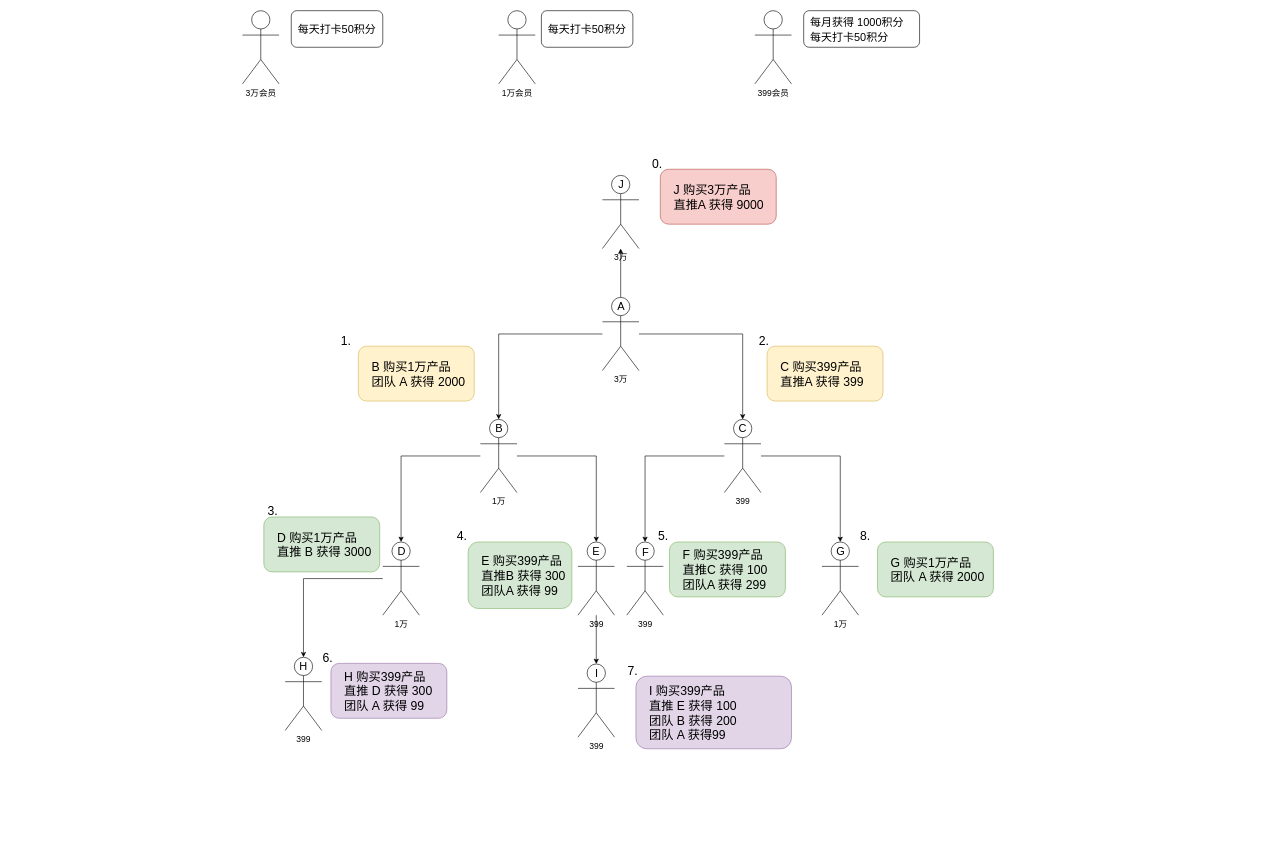
Above: 大枣哥.drawio in Cathzql/drawio (draw.io), before the change. Source tidied: cells renumbered, new cells numbered last; positions are measured from the earlier drawing's top-left corner, leaving out a move shared by most shapes. Both pictures are drawn from the tidied source at 61%, with x=0, y=0 at pixel (242, 10).
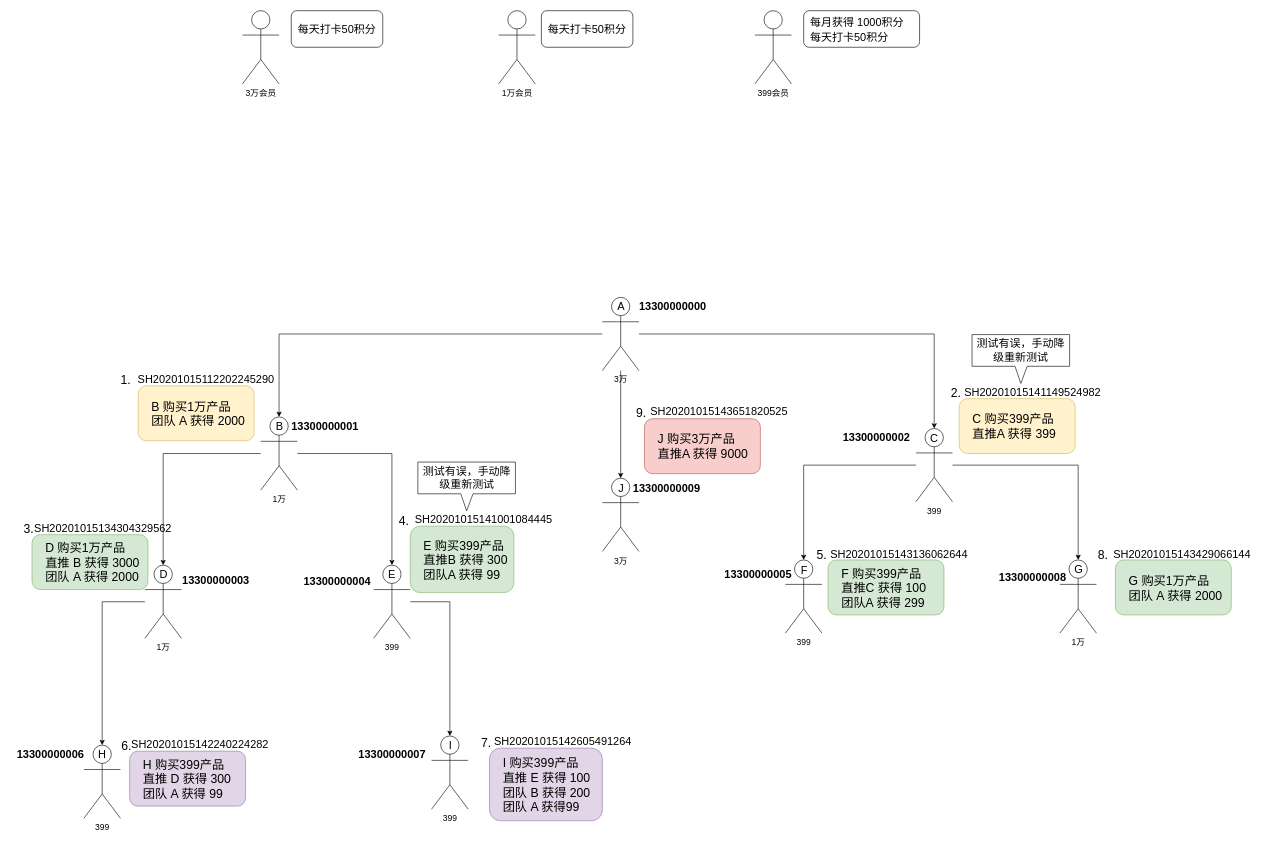
The same page after the edit.

Commit message (it also covers changes not shown here):
更新大枣哥.drawio

Diff of the diagram source:
```diff
@@
     <mxCell id="11" value="&lt;font face=&quot;calibri, sans-serif&quot;&gt;&lt;span style=&quot;font-size: 14px&quot;&gt;1万&lt;/span&gt;&lt;/font&gt;" style="shape=umlActor;verticalLabelPosition=bottom;verticalAlign=top;html=1;outlineConnect=0;" parent="1" vertex="1">
-      <mxGeometry x="390" y="670" width="60" height="120" as="geometry" />
+      <mxGeometry x="30" y="666" width="60" height="120" as="geometry" />
     </mxCell>
@@
     <mxCell id="14" value="&lt;font face=&quot;calibri, sans-serif&quot;&gt;&lt;span style=&quot;font-size: 14px&quot;&gt;399&lt;/span&gt;&lt;/font&gt;" style="shape=umlActor;verticalLabelPosition=bottom;verticalAlign=top;html=1;outlineConnect=0;" parent="1" vertex="1">
-      <mxGeometry x="790" y="670" width="60" height="120" as="geometry" />
+      <mxGeometry x="1104" y="685" width="60" height="120" as="geometry" />
     </mxCell>
@@
     <mxCell id="16" value="&lt;font face=&quot;calibri, sans-serif&quot;&gt;&lt;span style=&quot;font-size: 14px&quot;&gt;1万&lt;/span&gt;&lt;/font&gt;" style="shape=umlActor;verticalLabelPosition=bottom;verticalAlign=top;html=1;outlineConnect=0;" parent="1" vertex="1">
-      <mxGeometry x="230" y="871" width="60" height="120" as="geometry" />
+      <mxGeometry x="-160" y="909" width="60" height="120" as="geometry" />
     </mxCell>
@@
     <mxCell id="18" value="&lt;font face=&quot;calibri, sans-serif&quot;&gt;&lt;span style=&quot;font-size: 14px&quot;&gt;399&lt;/span&gt;&lt;/font&gt;" style="shape=umlActor;verticalLabelPosition=bottom;verticalAlign=top;html=1;outlineConnect=0;" parent="1" vertex="1">
-      <mxGeometry x="550" y="871" width="60" height="120" as="geometry" />
+      <mxGeometry x="215" y="909" width="60" height="120" as="geometry" />
     </mxCell>
     <mxCell id="19" value="&lt;font face=&quot;calibri, sans-serif&quot;&gt;&lt;span style=&quot;font-size: 14px&quot;&gt;399&lt;/span&gt;&lt;/font&gt;" style="shape=umlActor;verticalLabelPosition=bottom;verticalAlign=top;html=1;outlineConnect=0;" parent="1" vertex="1">
-      <mxGeometry x="630" y="871" width="60" height="120" as="geometry" />
+      <mxGeometry x="890" y="900.5" width="60" height="120" as="geometry" />
     </mxCell>
     <mxCell id="20" value="&lt;font face=&quot;calibri, sans-serif&quot;&gt;&lt;span style=&quot;font-size: 14px&quot;&gt;1万&lt;/span&gt;&lt;/font&gt;" style="shape=umlActor;verticalLabelPosition=bottom;verticalAlign=top;html=1;outlineConnect=0;" parent="1" vertex="1">
-      <mxGeometry x="950" y="871" width="60" height="120" as="geometry" />
+      <mxGeometry x="1340" y="900.5" width="60" height="120" as="geometry" />
     </mxCell>
     <mxCell id="21" value="&lt;font face=&quot;calibri, sans-serif&quot;&gt;&lt;span style=&quot;font-size: 14px&quot;&gt;399&lt;/span&gt;&lt;/font&gt;" style="shape=umlActor;verticalLabelPosition=bottom;verticalAlign=top;html=1;outlineConnect=0;" parent="1" vertex="1">
-      <mxGeometry x="70" y="1060" width="60" height="120" as="geometry" />
+      <mxGeometry x="-260" y="1204" width="60" height="120" as="geometry" />
     </mxCell>
     <mxCell id="22" value="&lt;font style=&quot;font-size: 18px&quot;&gt;H&lt;/font&gt;" style="text;html=1;strokeColor=none;fillColor=none;align=center;verticalAlign=middle;whiteSpace=wrap;rounded=0;labelBackgroundColor=none;fontColor=#000000;" parent="1" vertex="1">
-      <mxGeometry x="80" y="1066" width="40" height="20" as="geometry" />
+      <mxGeometry x="-250" y="1210" width="40" height="20" as="geometry" />
     </mxCell>
     <mxCell id="23" value="&lt;span style=&quot;font-size: 18px&quot;&gt;D&lt;/span&gt;" style="text;html=1;strokeColor=none;fillColor=none;align=center;verticalAlign=middle;whiteSpace=wrap;rounded=0;labelBackgroundColor=none;fontColor=#000000;" parent="1" vertex="1">
-      <mxGeometry x="241" y="877" width="40" height="20" as="geometry" />
+      <mxGeometry x="-149" y="915" width="40" height="20" as="geometry" />
     </mxCell>
     <mxCell id="24" value="&lt;span style=&quot;font-size: 18px&quot;&gt;E&lt;/span&gt;" style="text;html=1;strokeColor=none;fillColor=none;align=center;verticalAlign=middle;whiteSpace=wrap;rounded=0;labelBackgroundColor=none;fontColor=#000000;" parent="1" vertex="1">
-      <mxGeometry x="560" y="877" width="40" height="20" as="geometry" />
+      <mxGeometry x="225" y="915" width="40" height="20" as="geometry" />
     </mxCell>
     <mxCell id="25" value="&lt;span style=&quot;font-size: 18px&quot;&gt;F&lt;/span&gt;" style="text;html=1;strokeColor=none;fillColor=none;align=center;verticalAlign=middle;whiteSpace=wrap;rounded=0;labelBackgroundColor=none;fontColor=#000000;" parent="1" vertex="1">
-      <mxGeometry x="641" y="878" width="40" height="20" as="geometry" />
+      <mxGeometry x="901" y="907.5" width="40" height="20" as="geometry" />
     </mxCell>
     <mxCell id="26" value="&lt;span style=&quot;font-size: 18px&quot;&gt;G&lt;/span&gt;" style="text;html=1;strokeColor=none;fillColor=none;align=center;verticalAlign=middle;whiteSpace=wrap;rounded=0;labelBackgroundColor=none;fontColor=#000000;" parent="1" vertex="1">
-      <mxGeometry x="961" y="877" width="40" height="20" as="geometry" />
+      <mxGeometry x="1351" y="906.5" width="40" height="20" as="geometry" />
     </mxCell>
     <mxCell id="27" value="&lt;span style=&quot;font-size: 18px&quot;&gt;B&lt;/span&gt;" style="text;html=1;strokeColor=none;fillColor=none;align=center;verticalAlign=middle;whiteSpace=wrap;rounded=0;labelBackgroundColor=none;fontColor=#000000;" parent="1" vertex="1">
-      <mxGeometry x="401" y="676" width="40" height="20" as="geometry" />
+      <mxGeometry x="41" y="672" width="40" height="20" as="geometry" />
     </mxCell>
     <mxCell id="28" value="&lt;span style=&quot;font-size: 18px&quot;&gt;C&lt;/span&gt;" style="text;html=1;strokeColor=none;fillColor=none;align=center;verticalAlign=middle;whiteSpace=wrap;rounded=0;labelBackgroundColor=none;fontColor=#000000;" parent="1" vertex="1">
-      <mxGeometry x="800" y="676" width="40" height="20" as="geometry" />
+      <mxGeometry x="1114" y="691" width="40" height="20" as="geometry" />
     </mxCell>
@@
     <mxCell id="30" value="B 购买1万产品&lt;br&gt;团队 A 获得 2000" style="rounded=1;whiteSpace=wrap;html=1;labelBackgroundColor=none;fillColor=#fff2cc;align=left;fontSize=20;spacingLeft=20;strokeColor=#d6b656;" parent="1" vertex="1">
-      <mxGeometry x="190" y="550" width="190" height="90" as="geometry" />
+      <mxGeometry x="-171" y="615" width="190" height="90" as="geometry" />
     </mxCell>
     <mxCell id="31" value="1." style="text;html=1;strokeColor=none;fillColor=none;align=center;verticalAlign=middle;whiteSpace=wrap;rounded=0;labelBackgroundColor=none;fontSize=20;fontColor=#000000;" parent="1" vertex="1">
-      <mxGeometry x="150" y="530" width="40" height="20" as="geometry" />
+      <mxGeometry x="-211" y="595" width="40" height="20" as="geometry" />
     </mxCell>
     <mxCell id="32" value="C 购买399产品&lt;br&gt;直推A 获得 399" style="rounded=1;whiteSpace=wrap;html=1;labelBackgroundColor=none;fillColor=#fff2cc;align=left;fontSize=20;spacingLeft=20;strokeColor=#d6b656;" parent="1" vertex="1">
-      <mxGeometry x="860" y="550" width="190" height="90" as="geometry" />
+      <mxGeometry x="1175" y="636" width="190" height="90" as="geometry" />
     </mxCell>
     <mxCell id="33" value="2." style="text;html=1;strokeColor=none;fillColor=none;align=center;verticalAlign=middle;whiteSpace=wrap;rounded=0;labelBackgroundColor=none;fontSize=20;fontColor=#000000;" parent="1" vertex="1">
-      <mxGeometry x="835" y="530" width="40" height="20" as="geometry" />
+      <mxGeometry x="1150" y="616" width="40" height="20" as="geometry" />
     </mxCell>
     <mxCell id="34" value="E 购买399产品&lt;br&gt;直推B 获得 300&lt;br&gt;团队A 获得 99" style="rounded=1;whiteSpace=wrap;html=1;labelBackgroundColor=none;fillColor=#d5e8d4;align=left;fontSize=20;spacingLeft=20;strokeColor=#82b366;" parent="1" vertex="1">
-      <mxGeometry x="370" y="871" width="170" height="109" as="geometry" />
+      <mxGeometry x="275" y="845" width="170" height="109" as="geometry" />
     </mxCell>
     <mxCell id="35" value="4." style="text;html=1;strokeColor=none;fillColor=none;align=center;verticalAlign=middle;whiteSpace=wrap;rounded=0;labelBackgroundColor=none;fontSize=20;fontColor=#000000;" parent="1" vertex="1">
-      <mxGeometry x="340" y="851" width="40" height="20" as="geometry" />
+      <mxGeometry x="245" y="825" width="40" height="20" as="geometry" />
     </mxCell>
-    <mxCell id="36" value="D 购买1万产品&lt;br&gt;直推 B 获得 3000" style="rounded=1;whiteSpace=wrap;html=1;labelBackgroundColor=none;fillColor=#d5e8d4;align=left;fontSize=20;spacingLeft=20;strokeColor=#82b366;" parent="1" vertex="1">
-      <mxGeometry x="35" y="830" width="190" height="90" as="geometry" />
+    <mxCell id="36" value="D 购买1万产品&lt;br&gt;直推 B 获得 3000&lt;br&gt;团队 A 获得 2000" style="rounded=1;whiteSpace=wrap;html=1;labelBackgroundColor=none;fillColor=#d5e8d4;align=left;fontSize=20;spacingLeft=20;strokeColor=#82b366;" parent="1" vertex="1">
+      <mxGeometry x="-345" y="859" width="190" height="90" as="geometry" />
     </mxCell>
     <mxCell id="37" value="3." style="text;html=1;strokeColor=none;fillColor=none;align=center;verticalAlign=middle;whiteSpace=wrap;rounded=0;labelBackgroundColor=none;fontSize=20;fontColor=#000000;" parent="1" vertex="1">
-      <mxGeometry x="30" y="810" width="40" height="20" as="geometry" />
+      <mxGeometry x="-370" y="839" width="40" height="20" as="geometry" />
     </mxCell>
     <mxCell id="38" value="F 购买399产品&lt;br&gt;直推C 获得 100&lt;br&gt;团队A 获得 299" style="rounded=1;whiteSpace=wrap;html=1;labelBackgroundColor=none;fillColor=#d5e8d4;align=left;fontSize=20;spacingLeft=20;strokeColor=#82b366;" parent="1" vertex="1">
-      <mxGeometry x="700" y="871" width="190" height="90" as="geometry" />
+      <mxGeometry x="960" y="900.5" width="190" height="90" as="geometry" />
     </mxCell>
     <mxCell id="39" value="5." style="text;html=1;strokeColor=none;fillColor=none;align=center;verticalAlign=middle;whiteSpace=wrap;rounded=0;labelBackgroundColor=none;fontSize=20;fontColor=#000000;" parent="1" vertex="1">
-      <mxGeometry x="670" y="851" width="40" height="20" as="geometry" />
+      <mxGeometry x="930" y="880.5" width="40" height="20" as="geometry" />
     </mxCell>
     <mxCell id="40" value="H 购买399产品&lt;br&gt;直推 D 获得 300&lt;br&gt;团队 A 获得 99" style="rounded=1;whiteSpace=wrap;html=1;labelBackgroundColor=none;fillColor=#e1d5e7;align=left;fontSize=20;spacingLeft=20;strokeColor=#9673a6;" parent="1" vertex="1">
-      <mxGeometry x="145" y="1070" width="190" height="90" as="geometry" />
+      <mxGeometry x="-185" y="1214" width="190" height="90" as="geometry" />
     </mxCell>
     <mxCell id="41" value="6." style="text;html=1;strokeColor=none;fillColor=none;align=center;verticalAlign=middle;whiteSpace=wrap;rounded=0;labelBackgroundColor=none;fontSize=20;fontColor=#000000;" parent="1" vertex="1">
-      <mxGeometry x="120" y="1050" width="40" height="20" as="geometry" />
+      <mxGeometry x="-210" y="1194" width="40" height="20" as="geometry" />
     </mxCell>
     <mxCell id="42" value="&lt;font face=&quot;calibri, sans-serif&quot;&gt;&lt;span style=&quot;font-size: 14px&quot;&gt;399&lt;/span&gt;&lt;/font&gt;" style="shape=umlActor;verticalLabelPosition=bottom;verticalAlign=top;html=1;outlineConnect=0;" parent="1" vertex="1">
-      <mxGeometry x="550" y="1071" width="60" height="120" as="geometry" />
+      <mxGeometry x="310" y="1189" width="60" height="120" as="geometry" />
     </mxCell>
     <mxCell id="43" value="&lt;span style=&quot;font-size: 18px&quot;&gt;I&lt;/span&gt;" style="text;html=1;strokeColor=none;fillColor=none;align=center;verticalAlign=middle;whiteSpace=wrap;rounded=0;labelBackgroundColor=none;fontColor=#000000;" parent="1" vertex="1">
-      <mxGeometry x="561" y="1077" width="40" height="20" as="geometry" />
+      <mxGeometry x="321" y="1195" width="40" height="20" as="geometry" />
     </mxCell>
     <mxCell id="44" value="I 购买399产品&lt;br&gt;直推 E 获得 100&lt;br&gt;团队 B 获得 200&lt;br&gt;团队 A 获得99" style="rounded=1;whiteSpace=wrap;html=1;labelBackgroundColor=none;fillColor=#e1d5e7;align=left;fontSize=20;spacingLeft=20;strokeColor=#9673a6;" parent="1" vertex="1">
-      <mxGeometry x="645" y="1091" width="255" height="119" as="geometry" />
+      <mxGeometry x="405" y="1209" width="185" height="119" as="geometry" />
     </mxCell>
     <mxCell id="45" value="7." style="text;html=1;strokeColor=none;fillColor=none;align=center;verticalAlign=middle;whiteSpace=wrap;rounded=0;labelBackgroundColor=none;fontSize=20;fontColor=#000000;" parent="1" vertex="1">
-      <mxGeometry x="620" y="1071" width="40" height="20" as="geometry" />
+      <mxGeometry x="380" y="1189" width="40" height="20" as="geometry" />
     </mxCell>
@@
     <mxCell id="49" value="G 购买1万产品&lt;br&gt;团队 A 获得 2000" style="rounded=1;whiteSpace=wrap;html=1;labelBackgroundColor=none;fillColor=#d5e8d4;align=left;fontSize=20;spacingLeft=20;strokeColor=#82b366;" parent="1" vertex="1">
-      <mxGeometry x="1041" y="871" width="190" height="90" as="geometry" />
+      <mxGeometry x="1431" y="900.5" width="190" height="90" as="geometry" />
     </mxCell>
     <mxCell id="50" value="8." style="text;html=1;strokeColor=none;fillColor=none;align=center;verticalAlign=middle;whiteSpace=wrap;rounded=0;labelBackgroundColor=none;fontSize=20;fontColor=#000000;" parent="1" vertex="1">
-      <mxGeometry x="1001" y="851" width="40" height="20" as="geometry" />
+      <mxGeometry x="1391" y="880.5" width="40" height="20" as="geometry" />
     </mxCell>
     <mxCell id="51" value="&lt;font face=&quot;calibri, sans-serif&quot;&gt;&lt;span style=&quot;font-size: 14px&quot;&gt;3万&lt;/span&gt;&lt;/font&gt;" style="shape=umlActor;verticalLabelPosition=bottom;verticalAlign=top;html=1;outlineConnect=0;" parent="1" vertex="1">
-      <mxGeometry x="590" y="270" width="60" height="120" as="geometry" />
+      <mxGeometry x="590" y="766.5" width="60" height="120" as="geometry" />
     </mxCell>
     <mxCell id="52" value="J 购买3万产品&lt;br&gt;直推A 获得 9000" style="rounded=1;whiteSpace=wrap;html=1;labelBackgroundColor=none;fillColor=#f8cecc;align=left;fontSize=20;spacingLeft=20;strokeColor=#b85450;" parent="1" vertex="1">
-      <mxGeometry x="685" y="260" width="190" height="90" as="geometry" />
+      <mxGeometry x="659" y="669" width="190" height="90" as="geometry" />
     </mxCell>
-    <mxCell id="53" value="0." style="text;html=1;strokeColor=none;fillColor=none;align=center;verticalAlign=middle;whiteSpace=wrap;rounded=0;labelBackgroundColor=none;fontSize=20;fontColor=#000000;" parent="1" vertex="1">
-      <mxGeometry x="660" y="240" width="40" height="20" as="geometry" />
+    <mxCell id="53" value="9." style="text;html=1;strokeColor=none;fillColor=none;align=center;verticalAlign=middle;whiteSpace=wrap;rounded=0;labelBackgroundColor=none;fontSize=20;fontColor=#000000;" parent="1" vertex="1">
+      <mxGeometry x="634" y="649" width="40" height="20" as="geometry" />
     </mxCell>
     <mxCell id="54" value="&lt;span style=&quot;font-size: 18px&quot;&gt;J&lt;/span&gt;" style="text;html=1;strokeColor=none;fillColor=none;align=center;verticalAlign=middle;whiteSpace=wrap;rounded=0;labelBackgroundColor=none;fontColor=#000000;" parent="1" vertex="1">
-      <mxGeometry x="601" y="276" width="40" height="20" as="geometry" />
+      <mxGeometry x="601" y="772.5" width="40" height="20" as="geometry" />
     </mxCell>
+    <mxCell id="55" value="13300000000" style="text;html=1;align=center;verticalAlign=middle;fontSize=18;fontStyle=1;" parent="1" vertex="1">
+      <mxGeometry x="640" y="471" width="130" height="30" as="geometry" />
+    </mxCell>
+    <mxCell id="56" value="13300000001" style="text;html=1;align=center;verticalAlign=middle;fontSize=18;fontStyle=1;" parent="1" vertex="1">
+      <mxGeometry x="70" y="667" width="130" height="30" as="geometry" />
+    </mxCell>
+    <mxCell id="57" value="13300000002" style="text;html=1;align=center;verticalAlign=middle;fontSize=18;fontStyle=1;" parent="1" vertex="1">
+      <mxGeometry x="974" y="685" width="130" height="30" as="geometry" />
+    </mxCell>
+    <mxCell id="58" value="13300000003" style="text;html=1;align=center;verticalAlign=middle;fontSize=18;fontStyle=1;" parent="1" vertex="1">
+      <mxGeometry x="-109" y="919" width="130" height="30" as="geometry" />
+    </mxCell>
+    <mxCell id="59" value=" SH20201015112202245290                                                                                " style="text;html=1;align=center;verticalAlign=middle;fontSize=18;" parent="1" vertex="1">
+      <mxGeometry x="-180" y="590" width="240" height="30" as="geometry" />
+    </mxCell>
+    <mxCell id="60" value="  SH20201015141149524982                                                                                " style="text;html=1;align=center;verticalAlign=middle;fontSize=18;" parent="1" vertex="1">
+      <mxGeometry x="1175" y="611" width="240" height="30" as="geometry" />
+    </mxCell>
+    <mxCell id="61" value="SH20201015134304329562                                                                                " style="text;html=1;align=center;verticalAlign=middle;fontSize=18;" parent="1" vertex="1">
+      <mxGeometry x="-349" y="834" width="240" height="30" as="geometry" />
+    </mxCell>
+    <mxCell id="62" value="&lt;span style=&quot;font-weight: 700&quot;&gt;13300000004&lt;/span&gt;" style="text;html=1;align=center;verticalAlign=middle;fontSize=18;" parent="1" vertex="1">
+      <mxGeometry x="90" y="920.5" width="130" height="30" as="geometry" />
+    </mxCell>
+    <mxCell id="63" value="SH20201015141001084445                                                                                " style="text;html=1;align=center;verticalAlign=middle;fontSize=18;" parent="1" vertex="1">
+      <mxGeometry x="275" y="820" width="240" height="30" as="geometry" />
+    </mxCell>
+    <mxCell id="64" value="测试有误，手动降级重新测试" style="shape=callout;whiteSpace=wrap;html=1;perimeter=calloutPerimeter;fontSize=18;size=28;position=0.44;" parent="1" vertex="1">
+      <mxGeometry x="287.5" y="740" width="160" height="80" as="geometry" />
+    </mxCell>
+    <mxCell id="65" value="测试有误，手动降级重新测试" style="shape=callout;whiteSpace=wrap;html=1;perimeter=calloutPerimeter;fontSize=18;size=28;position=0.44;" parent="1" vertex="1">
+      <mxGeometry x="1196" y="531" width="160" height="80" as="geometry" />
+    </mxCell>
+    <mxCell id="66" value="13300000006" style="text;html=1;align=center;verticalAlign=middle;fontSize=18;fontStyle=1;" parent="1" vertex="1">
+      <mxGeometry x="-380" y="1205" width="130" height="30" as="geometry" />
+    </mxCell>
+    <mxCell id="67" value=" SH20201015142240224282" style="text;html=1;align=center;verticalAlign=middle;fontSize=18;" parent="1" vertex="1">
+      <mxGeometry x="-190" y="1189" width="240" height="30" as="geometry" />
+    </mxCell>
+    <mxCell id="68" value="13300000007" style="text;html=1;align=center;verticalAlign=middle;fontSize=18;fontStyle=1;" parent="1" vertex="1">
+      <mxGeometry x="180" y="1205" width="130" height="30" as="geometry" />
+    </mxCell>
+    <mxCell id="69" value="SH20201015142605491264                                                                                " style="text;html=1;align=center;verticalAlign=middle;fontSize=18;" parent="1" vertex="1">
+      <mxGeometry x="405" y="1184" width="240" height="30" as="geometry" />
+    </mxCell>
+    <mxCell id="70" value="13300000005" style="text;html=1;align=center;verticalAlign=middle;fontSize=18;fontStyle=1;" parent="1" vertex="1">
+      <mxGeometry x="780" y="910" width="130" height="30" as="geometry" />
+    </mxCell>
+    <mxCell id="71" value=" SH20201015143136062644" style="text;html=1;align=center;verticalAlign=middle;fontSize=18;" parent="1" vertex="1">
+      <mxGeometry x="956" y="876.5" width="240" height="30" as="geometry" />
+    </mxCell>
+    <mxCell id="72" value="13300000008" style="text;html=1;align=center;verticalAlign=middle;fontSize=18;fontStyle=1;" parent="1" vertex="1">
+      <mxGeometry x="1230" y="915" width="130" height="30" as="geometry" />
+    </mxCell>
+    <mxCell id="73" value=" SH20201015143429066144" style="text;html=1;align=center;verticalAlign=middle;fontSize=18;" parent="1" vertex="1">
+      <mxGeometry x="1420" y="876.5" width="240" height="30" as="geometry" />
+    </mxCell>
+    <mxCell id="74" value="13300000009" style="text;html=1;align=center;verticalAlign=middle;fontSize=18;fontStyle=1;" parent="1" vertex="1">
+      <mxGeometry x="630" y="767.5" width="130" height="30" as="geometry" />
+    </mxCell>
+    <mxCell id="75" value=" SH20201015143651820525" style="text;html=1;align=center;verticalAlign=middle;fontSize=18;" parent="1" vertex="1">
+      <mxGeometry x="661" y="643" width="240" height="30" as="geometry" />
+    </mxCell>
```
